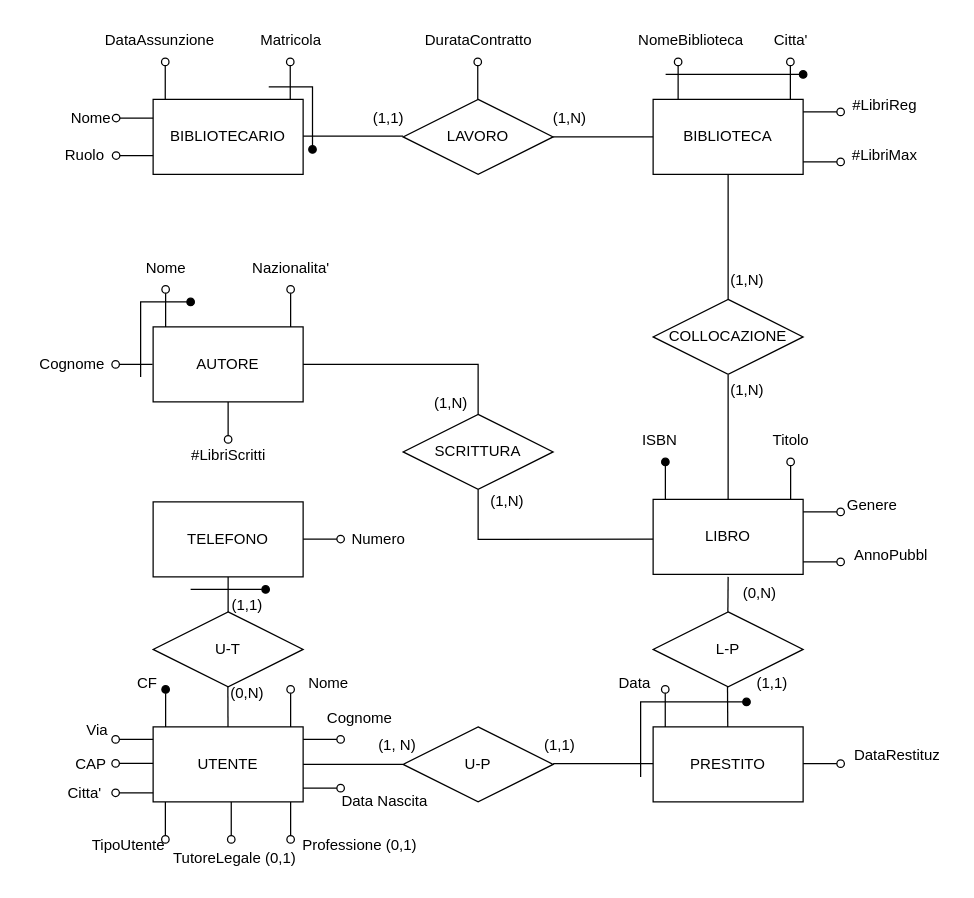
Earlier version of the draw.io diagram Biblioteca Ristrutturata.drawio (alexbnls/BasiDati). Source tidied: cells renumbered, new cells numbered last; positions are measured from the earlier drawing's top-left corner, leaving out a move shared by most shapes. Both pictures are drawn from the tidied source at 125%, with x=0, y=0 at pixel (21, 21).
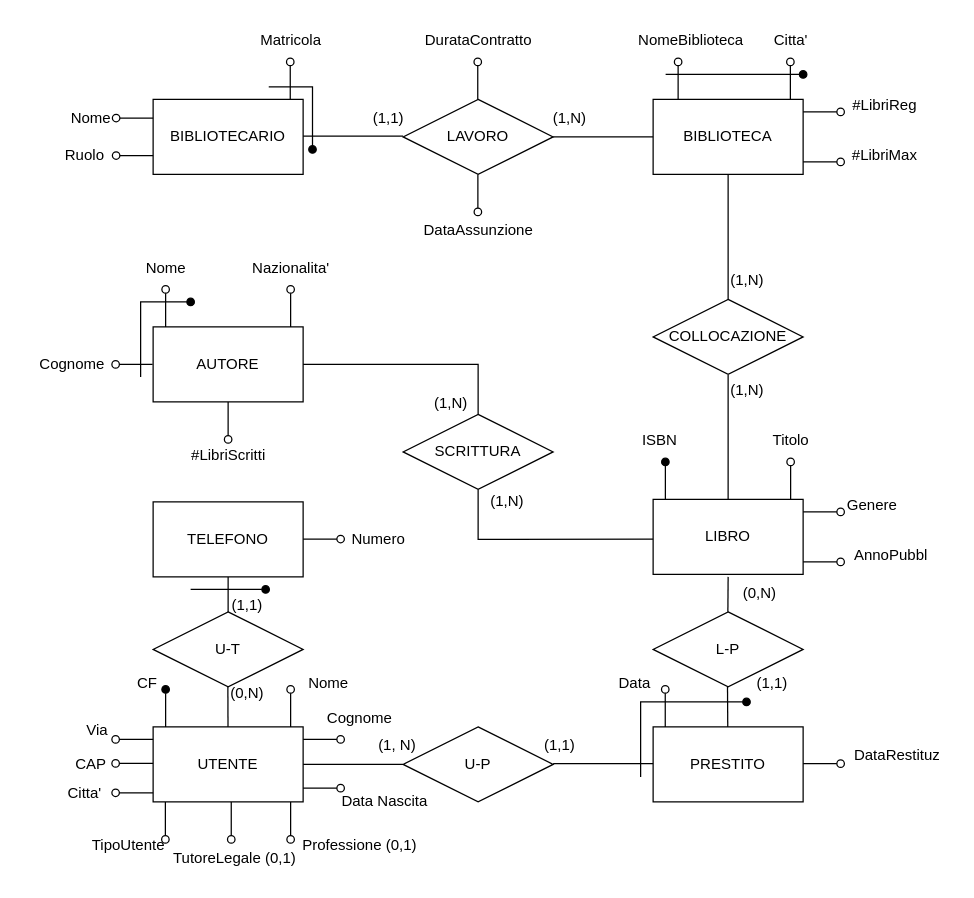
Above is the later version.

Diff of the diagram source:
```diff
@@
-    <mxCell id="66" style="endArrow=oval;html=1;rounded=0;endFill=0;" parent="1" edge="1">
-      <mxGeometry relative="1" as="geometry">
-        <mxPoint x="114.7" y="62" as="sourcePoint" />
-        <mxPoint x="114.7" y="32" as="targetPoint" />
-      </mxGeometry>
-    </mxCell>
     <mxCell id="67" value="DataAssunzione" style="text;html=1;align=center;verticalAlign=middle;strokeColor=none;fillColor=none;" parent="1" vertex="1">
-      <mxGeometry x="55" width="110" height="30" as="geometry" />
+      <mxGeometry x="310" y="152" width="110" height="30" as="geometry" />
     </mxCell>
@@
+    <mxCell id="104" style="endArrow=oval;html=1;rounded=0;endFill=0;" parent="1" edge="1">
+      <mxGeometry relative="1" as="geometry">
+        <mxPoint x="364.8" y="122" as="sourcePoint" />
+        <mxPoint x="364.8" y="152" as="targetPoint" />
+      </mxGeometry>
+    </mxCell>
```
